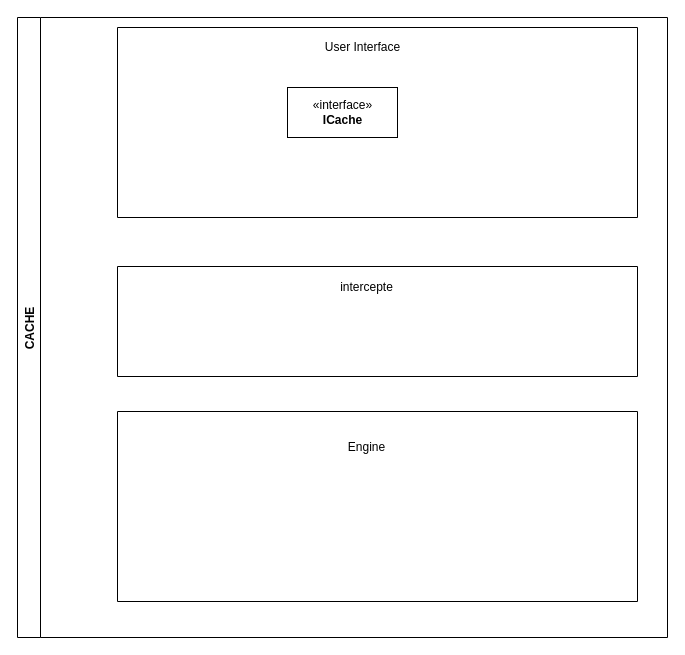
This is cache.drawio from tanwenhai/mydraw, a draw.io file, before an edit. Source tidied: cells renumbered, new cells numbered last; positions are measured from the earlier drawing's top-left corner, leaving out a move shared by most shapes. Both pictures are drawn from the tidied source at 100%, with x=0, y=0 at pixel (17, 17).
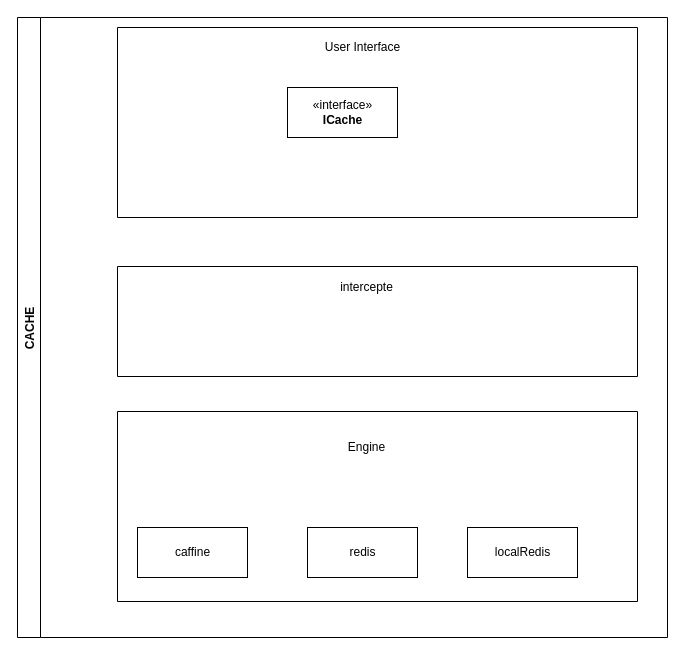
The same page after the edit.

Change to the diagram source:
```diff
@@
 <mxGraphModel>
   <root>
     <mxCell id="0" />
     <mxCell id="1" parent="0" />
     <mxCell id="2" style="swimlane;startSize=0;" parent="1" vertex="1">
       <mxGeometry x="100" y="249" width="520" height="110" as="geometry" />
     </mxCell>
     <mxCell id="3" style="swimlane;startSize=0;" parent="1" vertex="1">
       <mxGeometry x="100" y="394" width="520" height="190" as="geometry" />
     </mxCell>
     <mxCell id="4" style="swimlane;startSize=0;" parent="1" vertex="1">
       <mxGeometry x="100" y="10" width="520" height="190" as="geometry" />
     </mxCell>
     <mxCell id="5" value="CACHE" style="swimlane;horizontal=0;" parent="1" vertex="1">
       <mxGeometry width="650" height="620" as="geometry" />
     </mxCell>
     <mxCell id="6" value="User Interface" style="text;html=1;align=center;verticalAlign=middle;strokeColor=none;fillColor=none;" parent="5" vertex="1">
       <mxGeometry x="300" y="20" width="90" height="20" as="geometry" />
     </mxCell>
     <mxCell id="7" value="«interface»&lt;br&gt;&lt;b&gt;ICache&lt;/b&gt;" style="html=1;" parent="5" vertex="1">
       <mxGeometry x="270" y="70" width="110" height="50" as="geometry" />
     </mxCell>
     <mxCell id="8" value="intercepte" style="text;html=1;align=center;verticalAlign=middle;strokeColor=none;fillColor=none;" parent="5" vertex="1">
       <mxGeometry x="314" y="260" width="70" height="20" as="geometry" />
     </mxCell>
     <mxCell id="9" value="Engine" style="text;html=1;align=center;verticalAlign=middle;strokeColor=none;fillColor=none;" parent="5" vertex="1">
       <mxGeometry x="324" y="420" width="50" height="20" as="geometry" />
     </mxCell>
+    <mxCell id="10" value="caffine" style="html=1;" parent="5" vertex="1">
+      <mxGeometry x="120" y="510" width="110" height="50" as="geometry" />
+    </mxCell>
+    <mxCell id="11" value="redis" style="html=1;" parent="5" vertex="1">
+      <mxGeometry x="290" y="510" width="110" height="50" as="geometry" />
+    </mxCell>
+    <mxCell id="12" value="localRedis" style="html=1;" parent="5" vertex="1">
+      <mxGeometry x="450" y="510" width="110" height="50" as="geometry" />
+    </mxCell>
   </root>
 </mxGraphModel>
```
